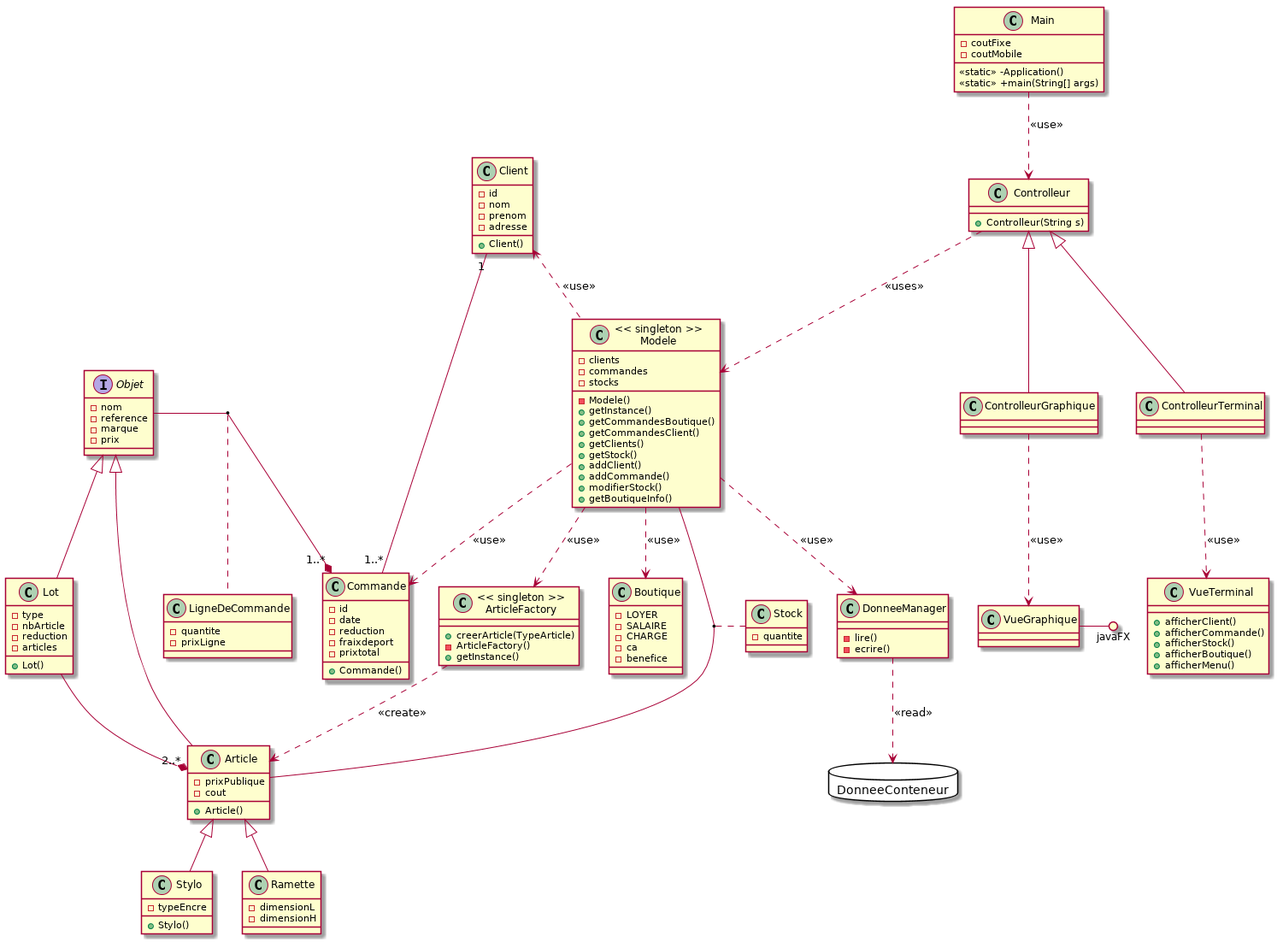
Yoanr/GestionBoutique keeps this PlantUML diagram as doc/class.png. Above is the earlier version.
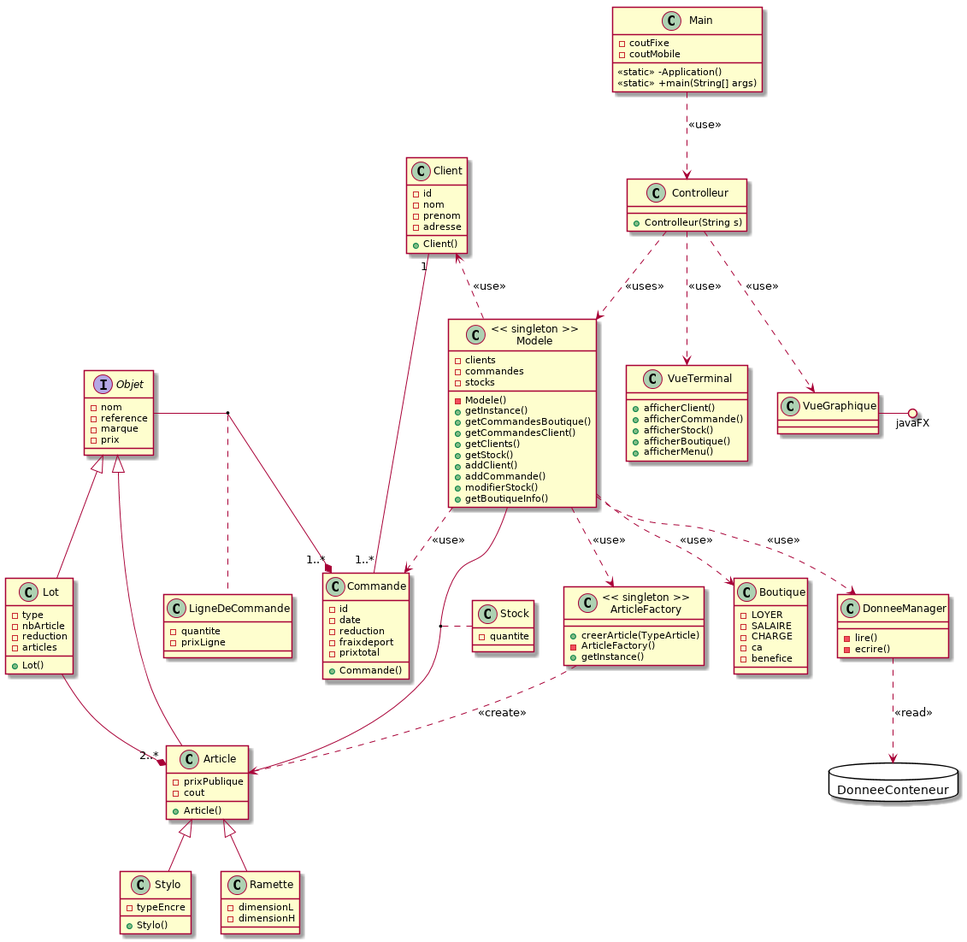
The same file after the commit.

Commit message:
retirer controlleur inutile

Change to the diagram source:
```diff
@@ -105,11 +105,6 @@
 +Controlleur(String s)
 }
 
-class ControlleurTerminal{
-}
-class ControlleurGraphique{
-}
-
 class VueTerminal{
 +afficherClient()
 +afficherCommande()
@@ -149,13 +144,10 @@
 
 DonneeManager ..> DonneeConteneur : << read >>
 
-ControlleurGraphique -up-|> Controlleur
-ControlleurTerminal -up-|> Controlleur
-
 Controlleur ..> Modele : << uses >>
 
-ControlleurTerminal ..> VueTerminal : << use >>
-ControlleurGraphique ..> VueGraphique : << use >>
+Controlleur ..> VueTerminal : << use >>
+Controlleur ..> VueGraphique : << use >>
 VueGraphique -() javaFX
 
 
```
